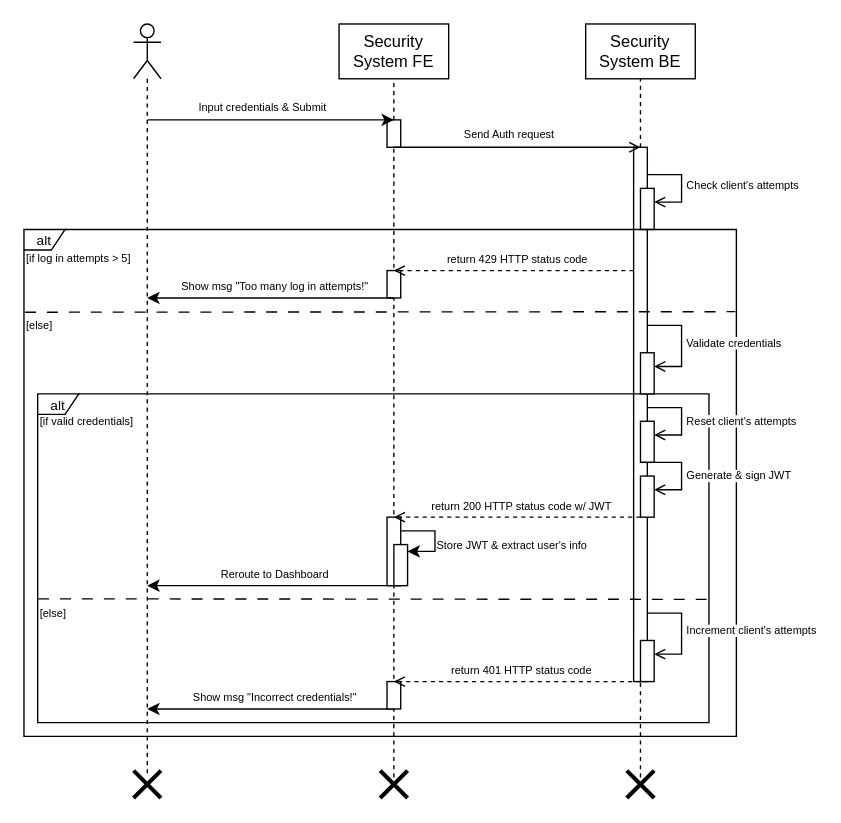
IsmailSalehCode/UML-course-work keeps this draw.io diagram as sequence1.drawio. Above is the earlier version. Source tidied: cells renumbered, new cells numbered last; positions are measured from the earlier drawing's top-left corner, leaving out a move shared by most shapes. Both pictures are drawn from the tidied source at 137%, with x=0, y=0 at pixel (23, 23).
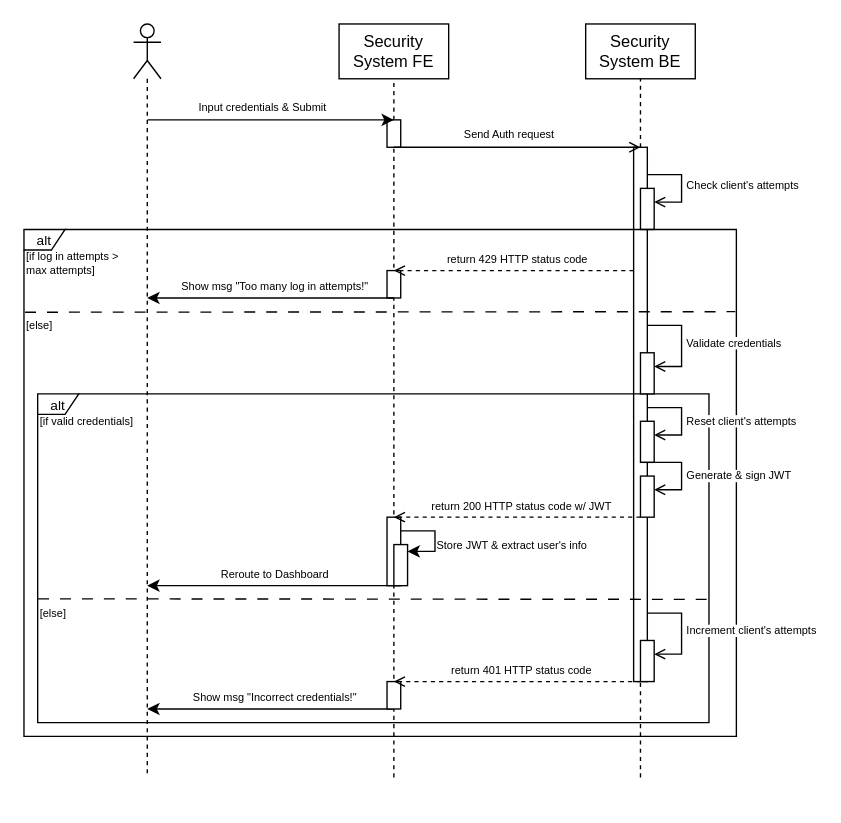
After the change.

Diff of the diagram source:
```diff
@@
-    <mxCell id="10" value="[if log in attempts &amp;gt; 5]" style="text;html=1;align=left;verticalAlign=middle;strokeColor=none;fillColor=none;fontSize=8;fontStyle=0;" parent="1" vertex="1">
-      <mxGeometry y="160.7" width="100" height="20" as="geometry" />
+    <mxCell id="10" value="[if log in attempts &amp;gt;&lt;div&gt;max attempts]&lt;/div&gt;" style="text;html=1;align=left;verticalAlign=middle;strokeColor=none;fillColor=none;fontSize=8;fontStyle=0;" parent="1" vertex="1">
+      <mxGeometry y="160" width="90" height="30" as="geometry" />
     </mxCell>
@@
-    <mxCell id="46" style="shape=umlDestroy;whiteSpace=wrap;html=1;strokeWidth=3;targetShapes=umlLifeline;" parent="1" vertex="1">
-      <mxGeometry x="80" y="545" width="20" height="20" as="geometry" />
-    </mxCell>
-    <mxCell id="47" style="shape=umlDestroy;whiteSpace=wrap;html=1;strokeWidth=3;targetShapes=umlLifeline;" parent="1" vertex="1">
-      <mxGeometry x="260" y="545" width="20" height="20" as="geometry" />
-    </mxCell>
-    <mxCell id="48" style="shape=umlDestroy;whiteSpace=wrap;html=1;strokeWidth=3;targetShapes=umlLifeline;" parent="1" vertex="1">
-      <mxGeometry x="440" y="545" width="20" height="20" as="geometry" />
-    </mxCell>
```
